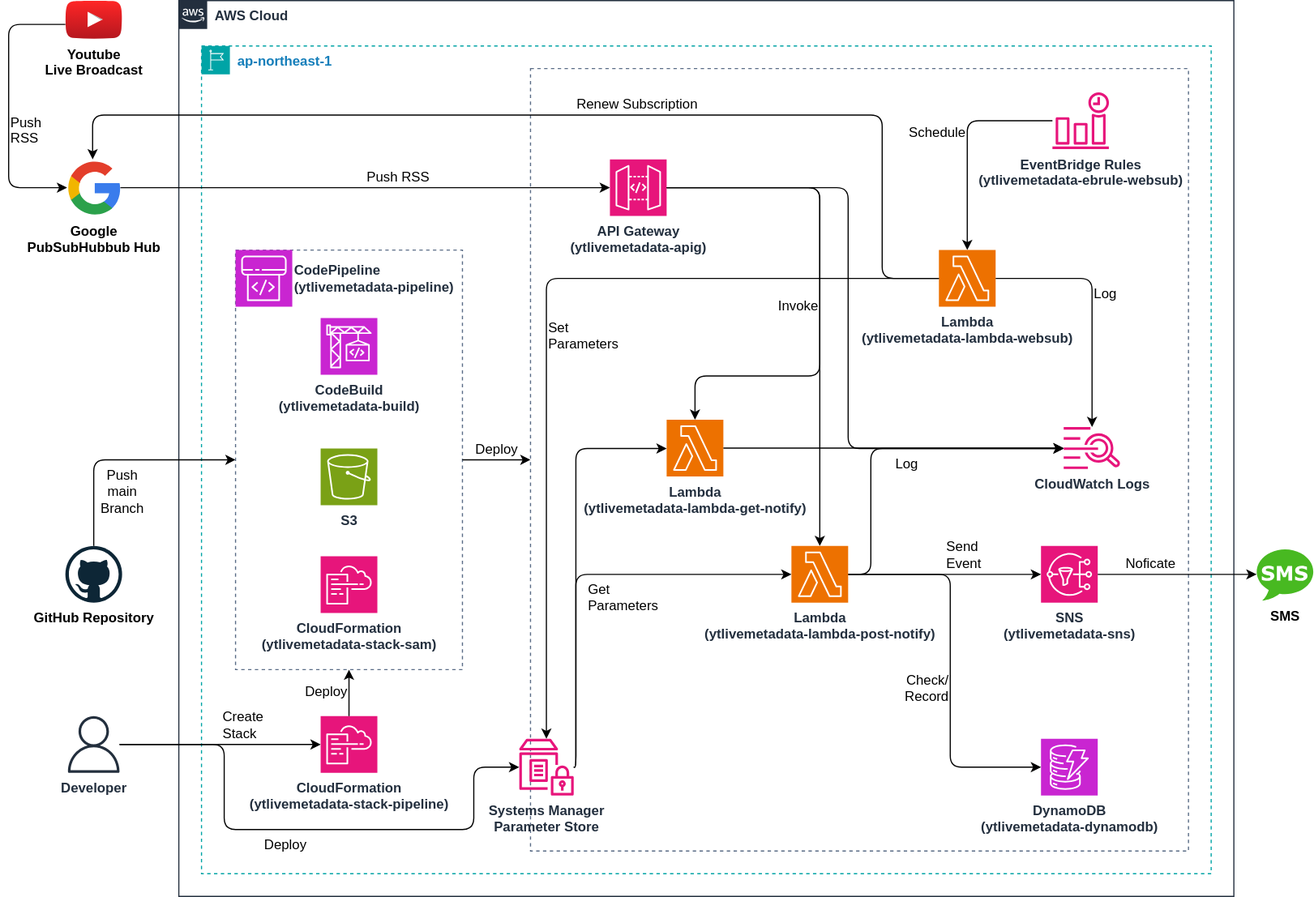
Earlier version of the draw.io export architecture.drawio.svg (infhyroyage/YTLiveMetaData). Source tidied: cells renumbered, new cells last; positions are measured from the earlier drawing's top-left corner, leaving out a move shared by most shapes.
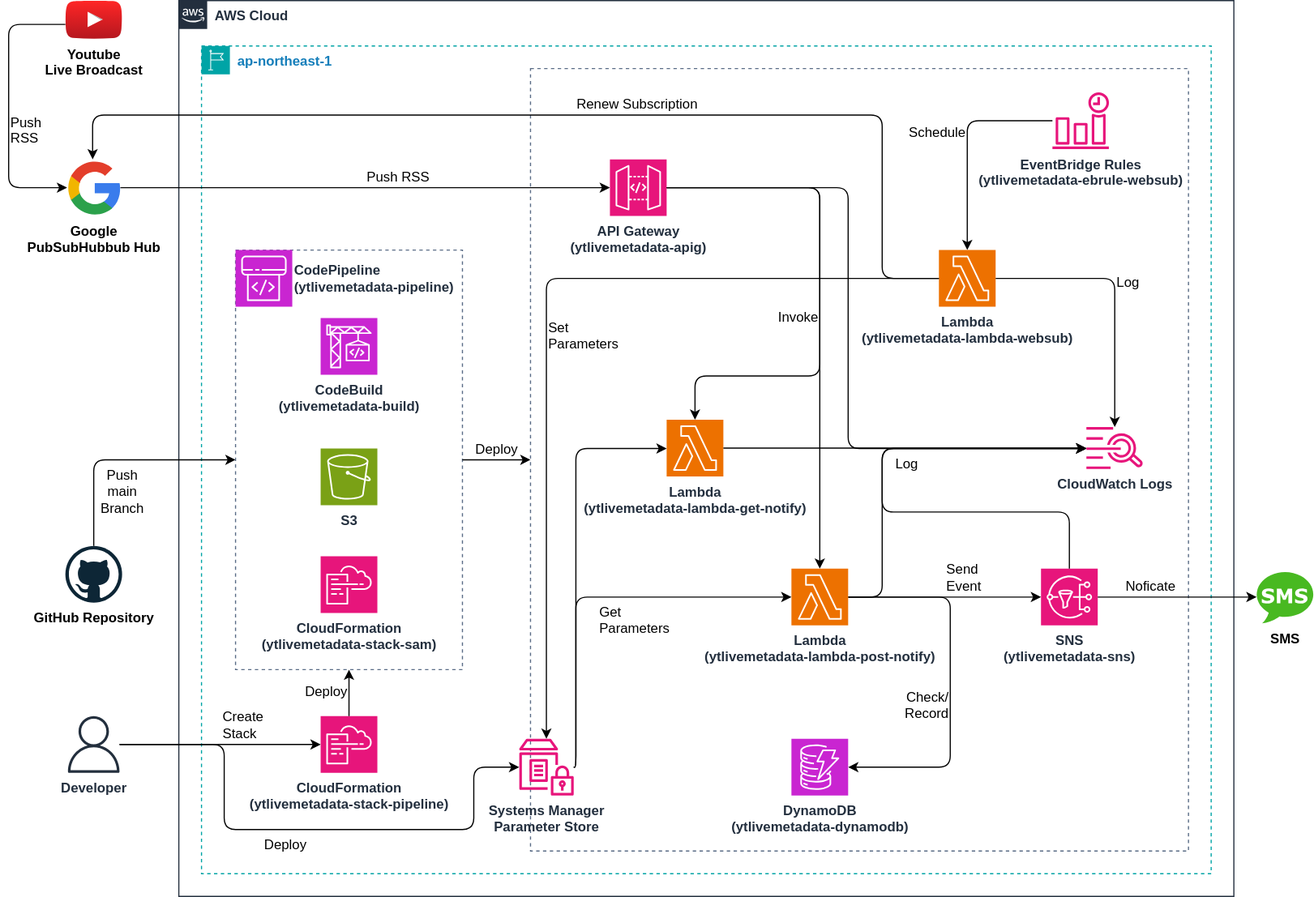
After the change.

Diff of the diagram source:
```diff
@@ -14,7 +14,7 @@
     <mxCell id="5" value="Check/&lt;div&gt;&lt;span style=&quot;&quot;&gt;Record&amp;nbsp;&lt;/span&gt;&lt;/div&gt;" style="edgeStyle=orthogonalEdgeStyle;html=1;fontSize=12;labelPosition=left;verticalLabelPosition=bottom;align=right;verticalAlign=top;labelBackgroundColor=none;" parent="3" edge="1" source="28" target="11">
       <mxGeometry relative="1" as="geometry">
         <Array as="points">
-          <mxPoint x="660" y="466" />
+          <mxPoint x="660" y="486" />
           <mxPoint x="660" y="636" />
         </Array>
       </mxGeometry>
@@ -32,10 +32,10 @@
       <mxGeometry x="750" y="41" width="50" height="50" as="geometry" />
     </mxCell>
     <mxCell id="10" value="&lt;span style=&quot;color: rgb(35, 47, 62); font-weight: 700;&quot;&gt;CloudWatch Logs&lt;/span&gt;" style="sketch=0;outlineConnect=0;fontColor=#232F3E;gradientColor=none;fillColor=#E7157B;strokeColor=none;dashed=0;verticalLabelPosition=bottom;verticalAlign=top;align=center;html=1;fontSize=12;fontStyle=0;shape=mxgraph.aws4.cloudwatch_logs;" parent="3" vertex="1">
-      <mxGeometry x="760" y="336" width="50" height="37.2" as="geometry" />
+      <mxGeometry x="780" y="336" width="50" height="37.2" as="geometry" />
     </mxCell>
     <mxCell id="11" value="DynamoDB&lt;div&gt;(ytlivemetadata-dynamodb)&lt;/div&gt;" style="sketch=0;points=[[0,0,0],[0.25,0,0],[0.5,0,0],[0.75,0,0],[1,0,0],[0,1,0],[0.25,1,0],[0.5,1,0],[0.75,1,0],[1,1,0],[0,0.25,0],[0,0.5,0],[0,0.75,0],[1,0.25,0],[1,0.5,0],[1,0.75,0]];outlineConnect=0;fontColor=#232F3E;fillColor=#C925D1;strokeColor=#ffffff;dashed=0;verticalLabelPosition=bottom;verticalAlign=top;align=center;html=1;fontSize=12;fontStyle=1;shape=mxgraph.aws4.resourceIcon;resIcon=mxgraph.aws4.dynamodb;" parent="3" vertex="1">
-      <mxGeometry x="740" y="611" width="50" height="50" as="geometry" />
+      <mxGeometry x="520" y="611" width="50" height="50" as="geometry" />
     </mxCell>
     <mxCell id="12" value="Deploy" style="edgeStyle=none;html=1;labelPosition=center;verticalLabelPosition=top;align=center;verticalAlign=bottom;fontSize=12;labelBackgroundColor=none;" parent="3" edge="1" source="6" target="4">
       <mxGeometry relative="1" as="geometry" />
@@ -51,7 +51,7 @@
       <mxGeometry relative="1" as="geometry">
         <Array as="points">
           <mxPoint x="330" y="636" />
-          <mxPoint x="330" y="466" />
+          <mxPoint x="330" y="486" />
         </Array>
       </mxGeometry>
     </mxCell>
@@ -93,8 +93,8 @@
     <mxCell id="24" value="Log" style="edgeStyle=orthogonalEdgeStyle;html=1;fontSize=12;labelPosition=right;verticalLabelPosition=bottom;align=left;verticalAlign=top;labelBackgroundColor=none;" parent="3" edge="1" source="28" target="10">
       <mxGeometry relative="1" as="geometry">
         <Array as="points">
-          <mxPoint x="590" y="466" />
-          <mxPoint x="590" y="355" />
+          <mxPoint x="600" y="486" />
+          <mxPoint x="600" y="355" />
         </Array>
       </mxGeometry>
     </mxCell>
@@ -109,7 +109,7 @@
     <mxCell id="26" value="Log" style="edgeStyle=orthogonalEdgeStyle;html=1;fontSize=12;labelPosition=right;verticalLabelPosition=top;align=left;verticalAlign=bottom;labelBackgroundColor=none;" parent="3" edge="1" source="8" target="10">
       <mxGeometry relative="1" as="geometry">
         <Array as="points">
-          <mxPoint x="785" y="205" />
+          <mxPoint x="805" y="205" />
         </Array>
       </mxGeometry>
     </mxCell>
@@ -117,10 +117,10 @@
       <mxGeometry x="105" y="240" width="50" height="50" as="geometry" />
     </mxCell>
     <mxCell id="28" value="Lambda&lt;div&gt;(ytlivemetadata-lambda-post-notify)&lt;/div&gt;" style="sketch=0;points=[[0,0,0],[0.25,0,0],[0.5,0,0],[0.75,0,0],[1,0,0],[0,1,0],[0.25,1,0],[0.5,1,0],[0.75,1,0],[1,1,0],[0,0.25,0],[0,0.5,0],[0,0.75,0],[1,0.25,0],[1,0.5,0],[1,0.75,0]];outlineConnect=0;fontColor=#232F3E;fillColor=#ED7100;strokeColor=#ffffff;dashed=0;verticalLabelPosition=bottom;verticalAlign=top;align=center;html=1;fontSize=12;fontStyle=1;shape=mxgraph.aws4.resourceIcon;resIcon=mxgraph.aws4.lambda;" parent="3" vertex="1">
-      <mxGeometry x="520" y="441" width="50" height="50" as="geometry" />
+      <mxGeometry x="520" y="461" width="50" height="50" as="geometry" />
     </mxCell>
     <mxCell id="29" value="&lt;div&gt;SNS&lt;/div&gt;(ytlivemetadata-sns)" style="sketch=0;points=[[0,0,0],[0.25,0,0],[0.5,0,0],[0.75,0,0],[1,0,0],[0,1,0],[0.25,1,0],[0.5,1,0],[0.75,1,0],[1,1,0],[0,0.25,0],[0,0.5,0],[0,0.75,0],[1,0.25,0],[1,0.5,0],[1,0.75,0]];outlineConnect=0;fontColor=#232F3E;fillColor=#E7157B;strokeColor=#ffffff;dashed=0;verticalLabelPosition=bottom;verticalAlign=top;align=center;html=1;fontSize=12;fontStyle=1;shape=mxgraph.aws4.resourceIcon;resIcon=mxgraph.aws4.sns;" parent="3" vertex="1">
-      <mxGeometry x="740" y="441" width="50" height="50" as="geometry" />
+      <mxGeometry x="740" y="461" width="50" height="50" as="geometry" />
     </mxCell>
     <mxCell id="30" value="Lambda&lt;div&gt;(ytlivemetadata-lambda-get-notify)&lt;/div&gt;" style="sketch=0;points=[[0,0,0],[0.25,0,0],[0.5,0,0],[0.75,0,0],[1,0,0],[0,1,0],[0.25,1,0],[0.5,1,0],[0.75,1,0],[1,1,0],[0,0.25,0],[0,0.5,0],[0,0.75,0],[1,0.25,0],[1,0.5,0],[1,0.75,0]];outlineConnect=0;fontColor=#232F3E;fillColor=#ED7100;strokeColor=#ffffff;dashed=0;verticalLabelPosition=bottom;verticalAlign=top;align=center;html=1;fontSize=12;fontStyle=1;shape=mxgraph.aws4.resourceIcon;resIcon=mxgraph.aws4.lambda;" parent="3" vertex="1">
       <mxGeometry x="410" y="329.6" width="50" height="50" as="geometry" />
@@ -145,6 +145,15 @@
     <mxCell id="33" style="edgeStyle=none;html=1;labelPosition=right;verticalLabelPosition=top;align=left;verticalAlign=bottom;fontSize=12;labelBackgroundColor=none;" parent="3" edge="1" source="30" target="10">
       <mxGeometry relative="1" as="geometry" />
     </mxCell>
+    <mxCell id="46" style="edgeStyle=orthogonalEdgeStyle;html=1;fontSize=12;labelPosition=right;verticalLabelPosition=bottom;align=left;verticalAlign=top;labelBackgroundColor=none;" parent="3" edge="1" source="29" target="10">
+      <mxGeometry relative="1" as="geometry">
+        <Array as="points">
+          <mxPoint x="765" y="411" />
+          <mxPoint x="600" y="411" />
+          <mxPoint x="600" y="355" />
+        </Array>
+      </mxGeometry>
+    </mxCell>
     <mxCell id="34" value="&lt;div&gt;GitHub Repository&lt;/div&gt;" style="dashed=0;outlineConnect=0;html=1;align=center;labelPosition=center;verticalLabelPosition=bottom;verticalAlign=top;shape=mxgraph.weblogos.github;fontColor=#000000;fontStyle=1;" parent="1" vertex="1">
       <mxGeometry x="50" y="481" width="50" height="50" as="geometry" />
     </mxCell>
@@ -190,7 +199,7 @@
       </mxGeometry>
     </mxCell>
     <mxCell id="43" value="SMS" style="dashed=0;outlineConnect=0;html=1;align=center;labelPosition=center;verticalLabelPosition=bottom;verticalAlign=top;shape=mxgraph.weblogos.sms;fillColor=#48B921;strokeColor=none;fontStyle=1;" parent="1" vertex="1">
-      <mxGeometry x="1100" y="482.9" width="50" height="46.2" as="geometry" />
+      <mxGeometry x="1100" y="502.9" width="50" height="46.2" as="geometry" />
     </mxCell>
     <mxCell id="44" value="Noficate" style="edgeStyle=none;html=1;labelPosition=left;verticalLabelPosition=top;align=right;verticalAlign=bottom;fontSize=12;labelBackgroundColor=none;" parent="1" edge="1" source="29" target="43">
       <mxGeometry relative="1" as="geometry" />
```
